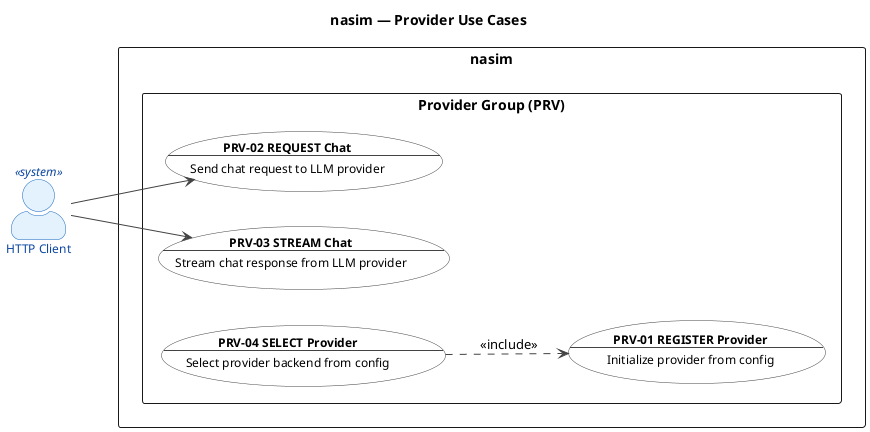
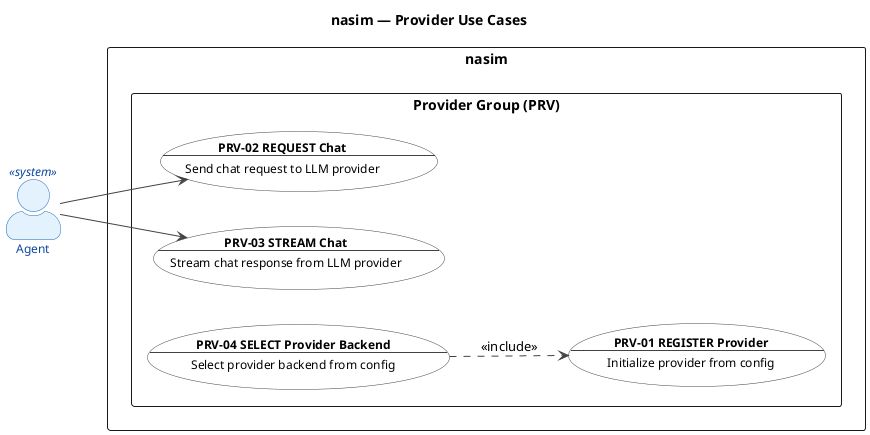
@startuml uc_provider

' ============================================================
' Title:     nasim — UC: Provider Group
' Group:     PRV (Provider Abstraction)
' Boundary:  nasim code agent
' Purpose:   LLM provider abstraction via litellm proxy (100+ providers)
' Milestone: v1.0
' Version:   6.0.0
' Source:    docs/ENTITIES.md
' Review:    docs/audit/audit.2026.06.20.uc-layer.car.md
' ============================================================

left to right direction

title nasim — Provider Use Cases

skinparam actorStyle awesome
skinparam packageStyle rectangle

skinparam usecase {
  BackgroundColor #FFFFFF
  BorderColor #424242
  FontColor #000000
  ArrowColor #424242
  FontSize 12
}

skinparam actor {
  BackgroundColor #E8EAF6
  BorderColor #3949AB
  FontColor #1A237E
  FontSize 12
}

skinparam actor<<system>> {
  BackgroundColor #E3F2FD
  BorderColor #1565C0
  FontColor #0D47A1
}

' ============================================================
' Actors
' ============================================================

- actor "HTTP Client" as HTTPClient <<system>>
+ actor "Agent" as Agent <<system>>

' ============================================================
' System Boundary
' ============================================================

rectangle "nasim" {
  package "Provider Group (PRV)" {
    usecase "**PRV-01 REGISTER Provider**\n--\nInitialize provider from config" as PRV01
    usecase "**PRV-02 REQUEST Chat**\n--\nSend chat request to LLM provider" as PRV02
    usecase "**PRV-03 STREAM Chat**\n--\nStream chat response from LLM provider" as PRV03
-     usecase "**PRV-04 SELECT Provider**\n--\nSelect provider backend from config" as PRV04
+     usecase "**PRV-04 SELECT Provider Backend**\n--\nSelect provider backend from config" as PRV04
  }
}

' ============================================================
' Actor -> Use Case Associations
' ============================================================

- HTTPClient --> PRV02
- HTTPClient --> PRV03
+ Agent --> PRV02
+ Agent --> PRV03

' ============================================================
' Relationships
' ============================================================

PRV04 ..> PRV01 : <<include>>

@enduml
